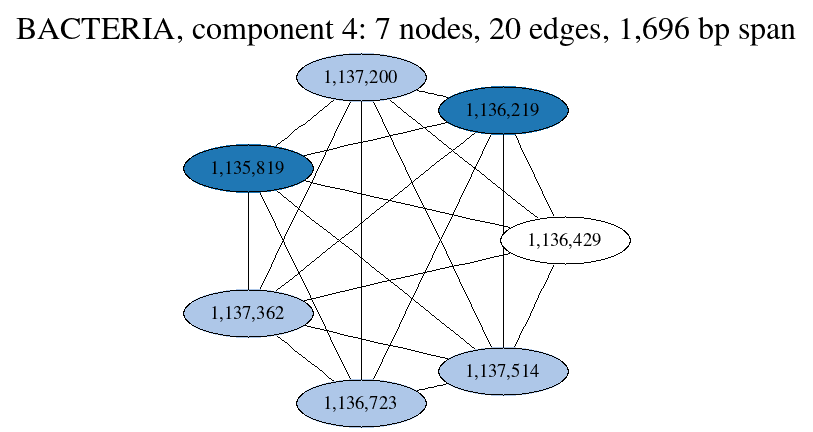
Earlier version of the Graphviz export notebooks/graphs/BACTERIA_cc4.png (fedarko/sheepgut). Its source is kept beside it as notebooks/graphs/BACTERIA_cc4.gv. The source it was exported from:
```dot
graph BACTERIA_cc4 {
	overlap="prism50";
	outputorder="edgesfirst";
	label="BACTERIA, component 4: 7 nodes, 20 edges, 1,696 bp span";
	labelloc="t";
	fontsize=24;
	"1,137,514" [style="filled", fillcolor="#aec7e8", fontcolor="#000000"];
	"1,135,819" [style="filled", fillcolor="#1f77b4", fontcolor="#000000"];
	"1,136,429" [style="filled", fillcolor="#ffffff", fontcolor="#000000"];
	"1,137,200" [style="filled", fillcolor="#aec7e8", fontcolor="#000000"];
	"1,137,362" [style="filled", fillcolor="#aec7e8", fontcolor="#000000"];
	"1,136,723" [style="filled", fillcolor="#aec7e8", fontcolor="#000000"];
	"1,136,219" [style="filled", fillcolor="#1f77b4", fontcolor="#000000"];
	"1,137,514" -- "1,135,819";
	"1,137,514" -- "1,136,219";
	"1,137,514" -- "1,136,429";
	"1,137,514" -- "1,136,723";
	"1,137,514" -- "1,137,200";
	"1,137,514" -- "1,137,362";
	"1,135,819" -- "1,136,219";
	"1,135,819" -- "1,136,429";
	"1,135,819" -- "1,136,723";
	"1,135,819" -- "1,137,200";
	"1,135,819" -- "1,137,362";
	"1,136,429" -- "1,136,219";
	"1,136,429" -- "1,137,200";
	"1,136,429" -- "1,137,362";
	"1,137,200" -- "1,136,219";
	"1,137,200" -- "1,136,723";
	"1,137,200" -- "1,137,362";
	"1,137,362" -- "1,136,219";
	"1,137,362" -- "1,136,723";
	"1,136,723" -- "1,136,219";
}
```
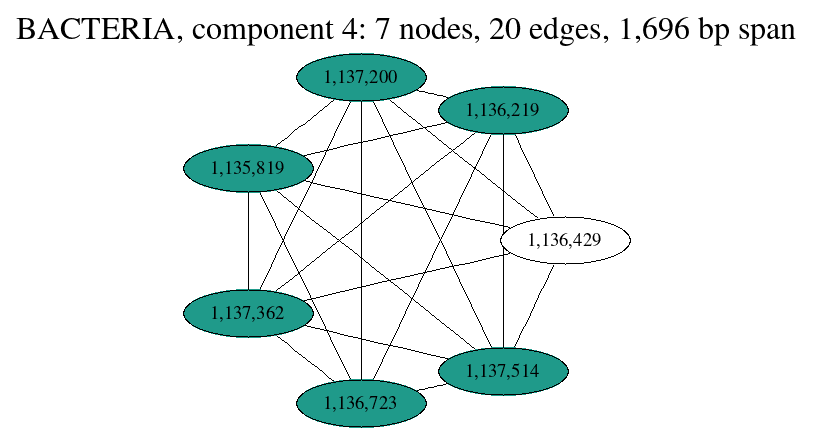
Above is the later version.

What changed in the source:
```diff
@@ -4,13 +4,13 @@
 	label="BACTERIA, component 4: 7 nodes, 20 edges, 1,696 bp span";
 	labelloc="t";
 	fontsize=24;
-	"1,137,514" [style="filled", fillcolor="#aec7e8", fontcolor="#000000"];
-	"1,135,819" [style="filled", fillcolor="#1f77b4", fontcolor="#000000"];
+	"1,137,514" [style="filled", fillcolor="#1f9a8a", fontcolor="#000000"];
+	"1,135,819" [style="filled", fillcolor="#1f9a8a", fontcolor="#000000"];
 	"1,136,429" [style="filled", fillcolor="#ffffff", fontcolor="#000000"];
-	"1,137,200" [style="filled", fillcolor="#aec7e8", fontcolor="#000000"];
-	"1,137,362" [style="filled", fillcolor="#aec7e8", fontcolor="#000000"];
-	"1,136,723" [style="filled", fillcolor="#aec7e8", fontcolor="#000000"];
-	"1,136,219" [style="filled", fillcolor="#1f77b4", fontcolor="#000000"];
+	"1,137,200" [style="filled", fillcolor="#1f9a8a", fontcolor="#000000"];
+	"1,137,362" [style="filled", fillcolor="#1f9a8a", fontcolor="#000000"];
+	"1,136,723" [style="filled", fillcolor="#1f9a8a", fontcolor="#000000"];
+	"1,136,219" [style="filled", fillcolor="#1f9a8a", fontcolor="#000000"];
 	"1,137,514" -- "1,135,819";
 	"1,137,514" -- "1,136,219";
 	"1,137,514" -- "1,136,429";
```
